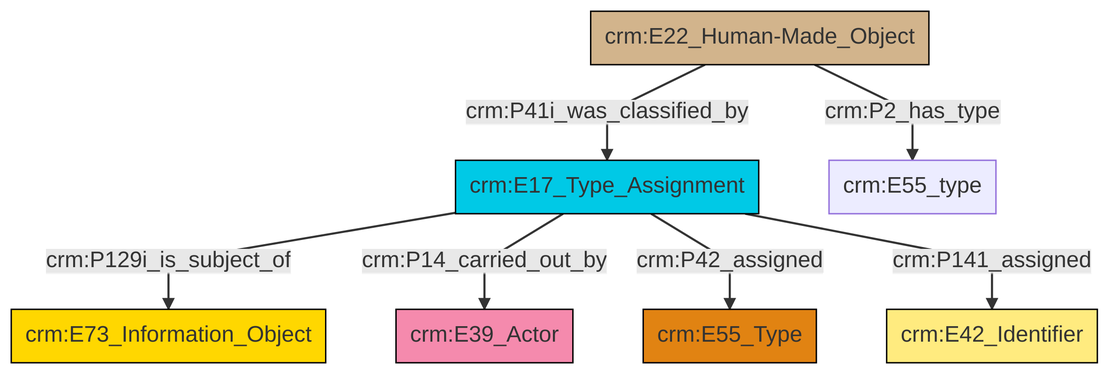
Above: et/builtWorkCSV/ttl/mmd/png/Built_Work_designation_status.png in swiss-art-research-net/docs.swissartresearch (Mermaid), before the change. Its source is kept beside it as et/builtWorkCSV/ttl/mmd/Built_Work_designation_status.ttl.mmd.
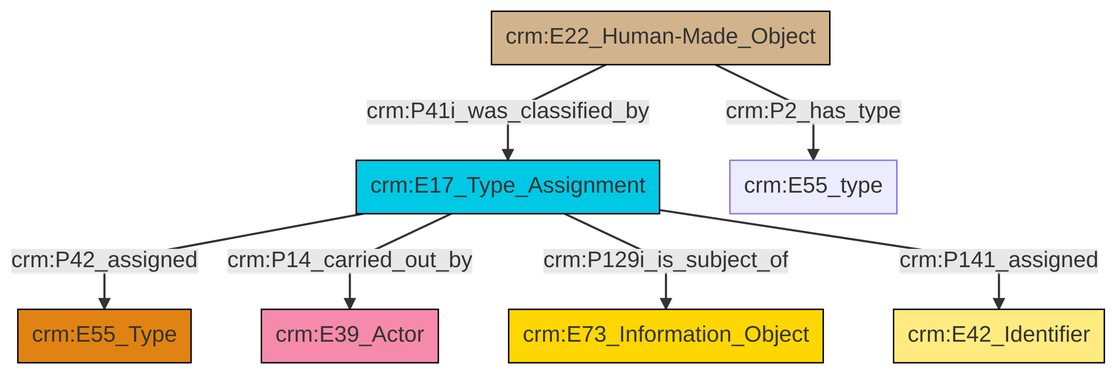
The same diagram one commit later.

Change to the diagram source:
```diff
@@ -14,8 +14,8 @@
 classDef Multi fill:#cccccc,stroke:#000000;
 
 0["crm:E22_Human-Made_Object"]:::Physical_Thing -->|crm:P41i_was_classified_by| 1["crm:E17_Type_Assignment"]:::Temporal_Entity
-0["crm:E22_Human-Made_Object"]:::Physical_Thing -->|crm:P2_has_type| 2["crm:E55_type"]:::Default
-1["crm:E17_Type_Assignment"]:::Temporal_Entity -->|crm:P129i_is_subject_of| 7["crm:E73_Information_Object"]:::Conceptual_Object
-1["crm:E17_Type_Assignment"]:::Temporal_Entity -->|crm:P14_carried_out_by| 8["crm:E39_Actor"]:::Actor
-1["crm:E17_Type_Assignment"]:::Temporal_Entity -->|crm:P42_assigned| 3["crm:E55_Type"]:::Type
-1["crm:E17_Type_Assignment"]:::Temporal_Entity -->|crm:P141_assigned| 5["crm:E42_Identifier"]:::Appellation
+1["crm:E17_Type_Assignment"]:::Temporal_Entity -->|crm:P42_assigned| 4["crm:E55_Type"]:::Type
+1["crm:E17_Type_Assignment"]:::Temporal_Entity -->|crm:P14_carried_out_by| 7["crm:E39_Actor"]:::Actor
+0["crm:E22_Human-Made_Object"]:::Physical_Thing -->|crm:P2_has_type| 5["crm:E55_type"]:::Default
+1["crm:E17_Type_Assignment"]:::Temporal_Entity -->|crm:P129i_is_subject_of| 2["crm:E73_Information_Object"]:::Conceptual_Object
+1["crm:E17_Type_Assignment"]:::Temporal_Entity -->|crm:P141_assigned| 8["crm:E42_Identifier"]:::Appellation
```
